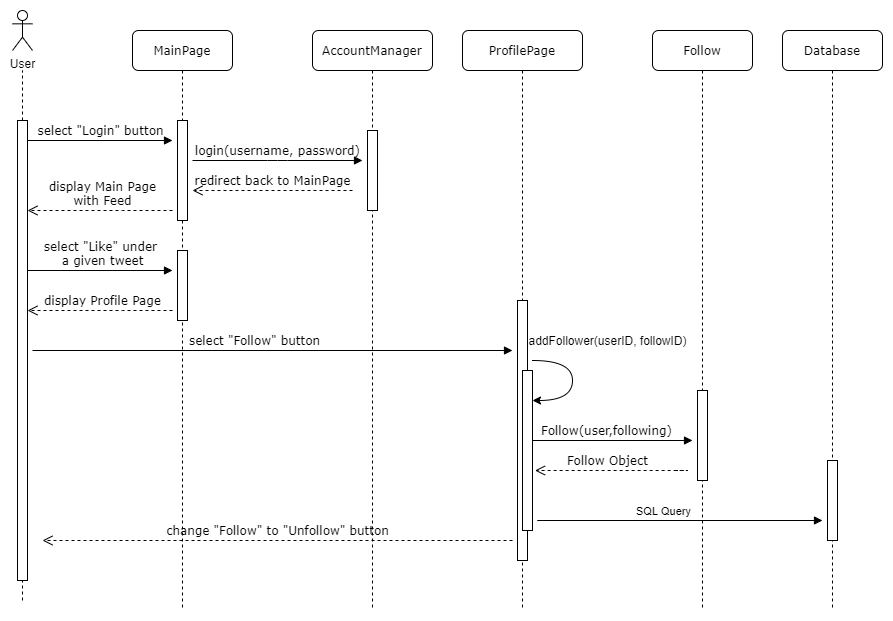
Intro-to-SE-Spring-21/Group-8 keeps this draw.io diagram as images/FollowUserSequenceDiagram.png. Above is the earlier version. Source tidied: cells renumbered, new cells last; positions are measured from the earlier drawing's top-left corner, leaving out a move shared by most shapes. Its diagram source:
```xml
<mxGraphModel background="#ffffff">
  <root>
    <mxCell id="0" />
    <mxCell id="1" parent="0" />
    <mxCell id="2" value="AccountManager" style="shape=umlLifeline;perimeter=lifelinePerimeter;whiteSpace=wrap;html=1;rounded=1;shadow=0;comic=0;labelBackgroundColor=none;strokeWidth=1;fontFamily=Verdana;fontSize=12;align=center;" parent="1" vertex="1">
      <mxGeometry x="300" y="20" width="120" height="580" as="geometry" />
    </mxCell>
    <mxCell id="3" style="html=1;perimeter=orthogonalPerimeter;rounded=0;shadow=0;comic=0;labelBackgroundColor=none;strokeWidth=1;fontFamily=Verdana;fontSize=12;align=center;" parent="2" vertex="1">
      <mxGeometry x="55" y="100" width="10" height="80" as="geometry" />
    </mxCell>
    <mxCell id="4" value="Database" style="shape=umlLifeline;perimeter=lifelinePerimeter;whiteSpace=wrap;html=1;rounded=1;shadow=0;comic=0;labelBackgroundColor=none;strokeWidth=1;fontFamily=Verdana;fontSize=12;align=center;" parent="1" vertex="1">
      <mxGeometry x="770" y="20" width="100" height="580" as="geometry" />
    </mxCell>
    <mxCell id="5" style="html=1;perimeter=orthogonalPerimeter;rounded=0;shadow=0;comic=0;labelBackgroundColor=none;strokeWidth=1;fontFamily=Verdana;fontSize=12;align=center;" parent="4" vertex="1">
      <mxGeometry x="45" y="430" width="10" height="80" as="geometry" />
    </mxCell>
    <mxCell id="6" value="MainPage" style="shape=umlLifeline;perimeter=lifelinePerimeter;whiteSpace=wrap;html=1;rounded=1;shadow=0;comic=0;labelBackgroundColor=none;strokeWidth=1;fontFamily=Verdana;fontSize=12;align=center;" parent="1" vertex="1">
      <mxGeometry x="120" y="20" width="100" height="580" as="geometry" />
    </mxCell>
    <mxCell id="7" style="html=1;perimeter=orthogonalPerimeter;rounded=0;shadow=0;comic=0;labelBackgroundColor=none;strokeWidth=1;fontFamily=Verdana;fontSize=12;align=center;" parent="6" vertex="1">
      <mxGeometry x="45" y="90" width="10" height="100" as="geometry" />
    </mxCell>
    <mxCell id="8" style="html=1;perimeter=orthogonalPerimeter;rounded=0;shadow=0;comic=0;labelBackgroundColor=none;strokeWidth=1;fontFamily=Verdana;fontSize=12;align=center;" parent="6" vertex="1">
      <mxGeometry x="45" y="220" width="10" height="70" as="geometry" />
    </mxCell>
    <mxCell id="9" style="html=1;verticalAlign=bottom;endArrow=block;labelBackgroundColor=none;fontFamily=Verdana;fontSize=12;" parent="1" edge="1" source="30">
      <mxGeometry x="-0.27" relative="1" as="geometry">
        <mxPoint x="810" y="510" as="targetPoint" />
        <Array as="points">
          <mxPoint x="520" y="510" />
        </Array>
      </mxGeometry>
    </mxCell>
    <mxCell id="10" value="SQL Query" style="edgeLabel;html=1;align=center;verticalAlign=middle;" parent="9" vertex="1">
      <mxGeometry x="0.25" relative="1" as="geometry">
        <mxPoint x="12.5" y="-10" as="offset" />
      </mxGeometry>
    </mxCell>
    <mxCell id="11" value="login(username, password)" style="html=1;verticalAlign=bottom;endArrow=block;labelBackgroundColor=none;fontFamily=Verdana;fontSize=12;edgeStyle=elbowEdgeStyle;elbow=vertical;" parent="1" edge="1">
      <mxGeometry relative="1" as="geometry">
        <mxPoint x="180" y="150" as="sourcePoint" />
        <mxPoint x="350" y="150" as="targetPoint" />
      </mxGeometry>
    </mxCell>
    <mxCell id="12" value="redirect back to MainPage" style="html=1;verticalAlign=bottom;endArrow=open;dashed=1;endSize=8;labelBackgroundColor=none;fontFamily=Verdana;fontSize=12;edgeStyle=elbowEdgeStyle;elbow=vertical;" parent="1" edge="1">
      <mxGeometry relative="1" as="geometry">
        <mxPoint x="340" y="180" as="sourcePoint" />
        <mxPoint x="180" y="180" as="targetPoint" />
        <Array as="points">
          <mxPoint x="255" y="180" />
          <mxPoint x="285" y="180" />
        </Array>
      </mxGeometry>
    </mxCell>
    <mxCell id="13" value="User" style="shape=umlActor;verticalLabelPosition=bottom;verticalAlign=top;html=1;" parent="1" vertex="1">
      <mxGeometry width="20" height="40" as="geometry" />
    </mxCell>
    <mxCell id="14" style="endArrow=none;dashed=1;html=1;" parent="1" edge="1" source="15">
      <mxGeometry relative="1" as="geometry">
        <mxPoint x="10" y="60" as="targetPoint" />
      </mxGeometry>
    </mxCell>
    <mxCell id="15" style="html=1;points=[];perimeter=orthogonalPerimeter;rounded=0;shadow=0;comic=0;labelBackgroundColor=none;strokeWidth=1;fontFamily=Verdana;fontSize=12;align=center;" parent="1" vertex="1">
      <mxGeometry x="5" y="110" width="10" height="460" as="geometry" />
    </mxCell>
    <mxCell id="16" style="endArrow=none;dashed=1;html=1;" parent="1" edge="1" target="15">
      <mxGeometry relative="1" as="geometry">
        <mxPoint x="10" y="590" as="sourcePoint" />
      </mxGeometry>
    </mxCell>
    <mxCell id="17" value="select &quot;Login&quot; button" style="html=1;verticalAlign=bottom;endArrow=block;labelBackgroundColor=none;fontFamily=Verdana;fontSize=12;edgeStyle=elbowEdgeStyle;elbow=vertical;" parent="1" edge="1">
      <mxGeometry relative="1" as="geometry">
        <mxPoint x="15" y="130" as="sourcePoint" />
        <mxPoint x="160" y="130" as="targetPoint" />
      </mxGeometry>
    </mxCell>
    <mxCell id="18" value="display Main Page&lt;br&gt;with Feed" style="html=1;verticalAlign=bottom;endArrow=open;dashed=1;endSize=8;labelBackgroundColor=none;fontFamily=Verdana;fontSize=12;edgeStyle=elbowEdgeStyle;elbow=vertical;" parent="1" edge="1">
      <mxGeometry x="-0.03" relative="1" as="geometry">
        <mxPoint x="160" y="200" as="sourcePoint" />
        <mxPoint x="15" y="200" as="targetPoint" />
        <Array as="points">
          <mxPoint x="100" y="200" />
          <mxPoint x="130" y="200" />
        </Array>
      </mxGeometry>
    </mxCell>
    <mxCell id="19" value="select &quot;Like&quot; under&lt;br&gt;&amp;nbsp;a given tweet" style="html=1;verticalAlign=bottom;endArrow=block;labelBackgroundColor=none;fontFamily=Verdana;fontSize=12;edgeStyle=elbowEdgeStyle;elbow=vertical;" parent="1" edge="1">
      <mxGeometry relative="1" as="geometry">
        <mxPoint x="15" y="260" as="sourcePoint" />
        <mxPoint x="160" y="260" as="targetPoint" />
      </mxGeometry>
    </mxCell>
    <mxCell id="20" value="Follow Object" style="html=1;verticalAlign=bottom;endArrow=open;dashed=1;endSize=8;labelBackgroundColor=none;fontFamily=Verdana;fontSize=12;edgeStyle=elbowEdgeStyle;elbow=vertical;" parent="1" edge="1">
      <mxGeometry x="0.18" relative="1" as="geometry">
        <mxPoint x="662.5" y="460" as="sourcePoint" />
        <mxPoint x="522.5" y="460" as="targetPoint" />
        <Array as="points">
          <mxPoint x="680" y="460" />
        </Array>
      </mxGeometry>
    </mxCell>
    <mxCell id="21" value="change &quot;Follow&quot; to &quot;Unfollow&quot; button" style="html=1;verticalAlign=bottom;endArrow=open;dashed=1;endSize=8;labelBackgroundColor=none;fontFamily=Verdana;fontSize=12;edgeStyle=elbowEdgeStyle;elbow=vertical;" parent="1" edge="1">
      <mxGeometry relative="1" as="geometry">
        <mxPoint x="500" y="530" as="sourcePoint" />
        <mxPoint x="30" y="530" as="targetPoint" />
        <Array as="points">
          <mxPoint x="145" y="530" />
        </Array>
      </mxGeometry>
    </mxCell>
    <mxCell id="22" style="curved=1;endArrow=classic;html=1;" parent="1" edge="1">
      <mxGeometry relative="1" as="geometry">
        <mxPoint x="520" y="350" as="sourcePoint" />
        <mxPoint x="520" y="390" as="targetPoint" />
        <Array as="points">
          <mxPoint x="560" y="350" />
          <mxPoint x="560" y="390" />
        </Array>
      </mxGeometry>
    </mxCell>
    <mxCell id="23" value="display Profile Page" style="html=1;verticalAlign=bottom;endArrow=open;dashed=1;endSize=8;labelBackgroundColor=none;fontFamily=Verdana;fontSize=12;edgeStyle=elbowEdgeStyle;elbow=vertical;" parent="1" edge="1">
      <mxGeometry x="-0.03" relative="1" as="geometry">
        <mxPoint x="160" y="300" as="sourcePoint" />
        <mxPoint x="15" y="300" as="targetPoint" />
        <Array as="points">
          <mxPoint x="100" y="300" />
          <mxPoint x="130" y="300" />
        </Array>
      </mxGeometry>
    </mxCell>
    <mxCell id="24" value="ProfilePage" style="shape=umlLifeline;perimeter=lifelinePerimeter;whiteSpace=wrap;html=1;rounded=1;shadow=0;comic=0;labelBackgroundColor=none;strokeWidth=1;fontFamily=Verdana;fontSize=12;align=center;" parent="1" vertex="1">
      <mxGeometry x="450" y="20" width="120" height="580" as="geometry" />
    </mxCell>
    <mxCell id="25" style="html=1;perimeter=orthogonalPerimeter;rounded=0;shadow=0;comic=0;labelBackgroundColor=none;strokeWidth=1;fontFamily=Verdana;fontSize=12;align=center;" parent="24" vertex="1">
      <mxGeometry x="55" y="270" width="10" height="260" as="geometry" />
    </mxCell>
    <mxCell id="26" style="html=1;perimeter=orthogonalPerimeter;rounded=0;shadow=0;comic=0;labelBackgroundColor=none;strokeWidth=1;fontFamily=Verdana;fontSize=12;align=center;" parent="24" vertex="1">
      <mxGeometry x="60" y="340" width="10" height="160" as="geometry" />
    </mxCell>
    <mxCell id="27" value="select &quot;Follow&quot; button" style="html=1;verticalAlign=bottom;endArrow=block;labelBackgroundColor=none;fontFamily=Verdana;fontSize=12;" parent="1" edge="1">
      <mxGeometry x="-0.08" relative="1" as="geometry">
        <mxPoint x="20" y="340" as="sourcePoint" />
        <mxPoint x="500" y="340" as="targetPoint" />
      </mxGeometry>
    </mxCell>
    <mxCell id="28" value="Follow(user,following)" style="html=1;verticalAlign=bottom;endArrow=block;labelBackgroundColor=none;fontFamily=Verdana;fontSize=12;" parent="1" edge="1">
      <mxGeometry x="-0.08" relative="1" as="geometry">
        <mxPoint x="520" y="430" as="sourcePoint" />
        <mxPoint x="680" y="430" as="targetPoint" />
      </mxGeometry>
    </mxCell>
    <mxCell id="29" value="addFollower(userID, followID)" style="text;html=1;align=center;verticalAlign=middle;" parent="1" vertex="1">
      <mxGeometry x="510" y="320" width="170" height="20" as="geometry" />
    </mxCell>
    <mxCell id="30" value="Follow" style="shape=umlLifeline;perimeter=lifelinePerimeter;whiteSpace=wrap;html=1;outlineConnect=0;rounded=1;shadow=0;comic=0;labelBackgroundColor=none;strokeWidth=1;fontFamily=Verdana;fontSize=12;align=center;" parent="1" vertex="1">
      <mxGeometry x="640" y="20" width="100" height="580" as="geometry" />
    </mxCell>
    <mxCell id="31" style="html=1;perimeter=orthogonalPerimeter;rounded=0;shadow=0;comic=0;labelBackgroundColor=none;strokeWidth=1;fontFamily=Verdana;fontSize=12;align=center;" parent="30" vertex="1">
      <mxGeometry x="45" y="360" width="10" height="90" as="geometry" />
    </mxCell>
  </root>
</mxGraphModel>
```
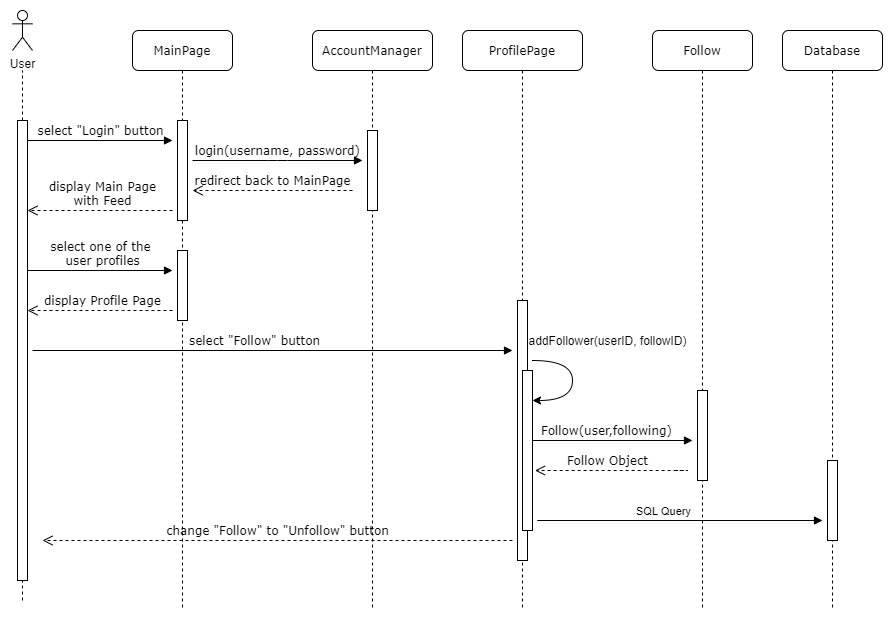
After the change.

The edit, as a diff of the source:
```diff
@@ -84,7 +84,7 @@
         </Array>
       </mxGeometry>
     </mxCell>
-    <mxCell id="19" value="select &quot;Like&quot; under&lt;br&gt;&amp;nbsp;a given tweet" style="html=1;verticalAlign=bottom;endArrow=block;labelBackgroundColor=none;fontFamily=Verdana;fontSize=12;edgeStyle=elbowEdgeStyle;elbow=vertical;" parent="1" edge="1">
+    <mxCell id="19" value="select one of the&lt;br&gt;&amp;nbsp;user profiles" style="html=1;verticalAlign=bottom;endArrow=block;labelBackgroundColor=none;fontFamily=Verdana;fontSize=12;edgeStyle=elbowEdgeStyle;elbow=vertical;" parent="1" edge="1">
       <mxGeometry relative="1" as="geometry">
         <mxPoint x="15" y="260" as="sourcePoint" />
         <mxPoint x="160" y="260" as="targetPoint" />
```
